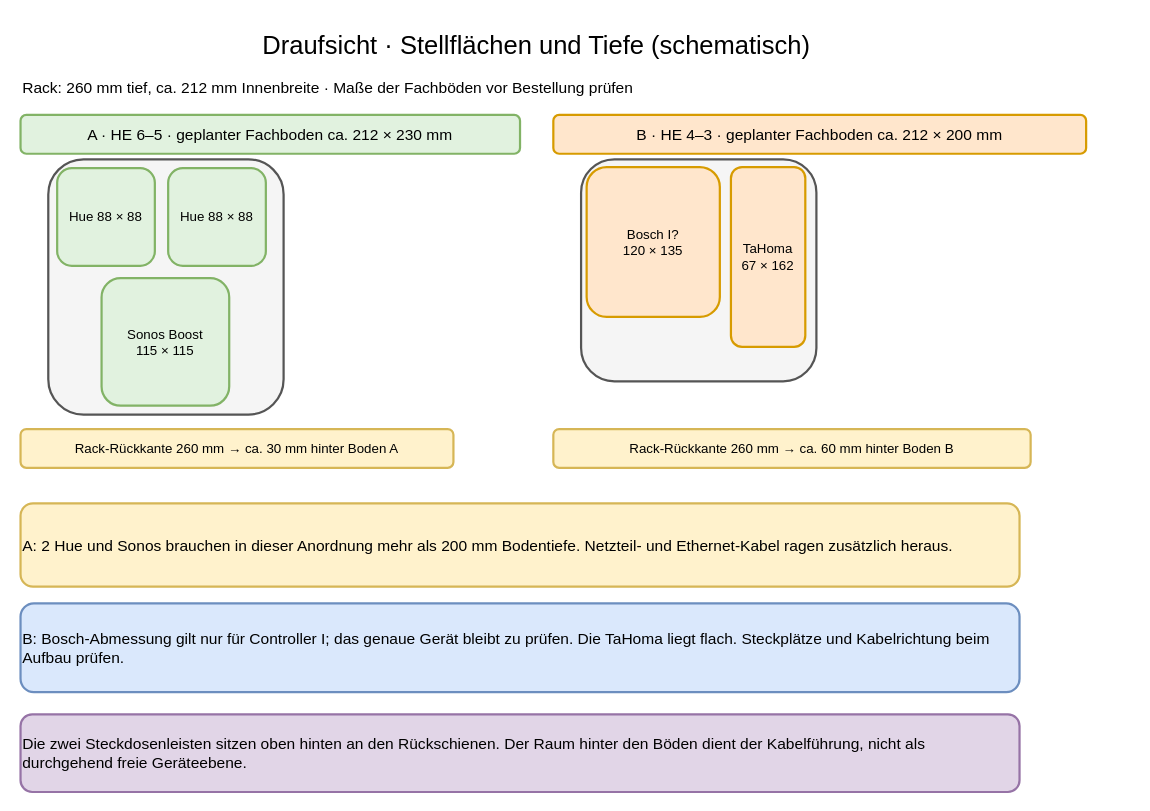
This is page "Fachböden – Draufsicht" (2 of 4) of 10-zoll-rack-planung.drawio from tiptronic/diagrams, a draw.io file, before an edit. Source tidied: cells renumbered, new cells numbered last; positions are measured from the earlier drawing's top-left corner, leaving out a move shared by most shapes. Both pictures are drawn from the tidied source at 111%, with x=0, y=0 at pixel (20, 20).
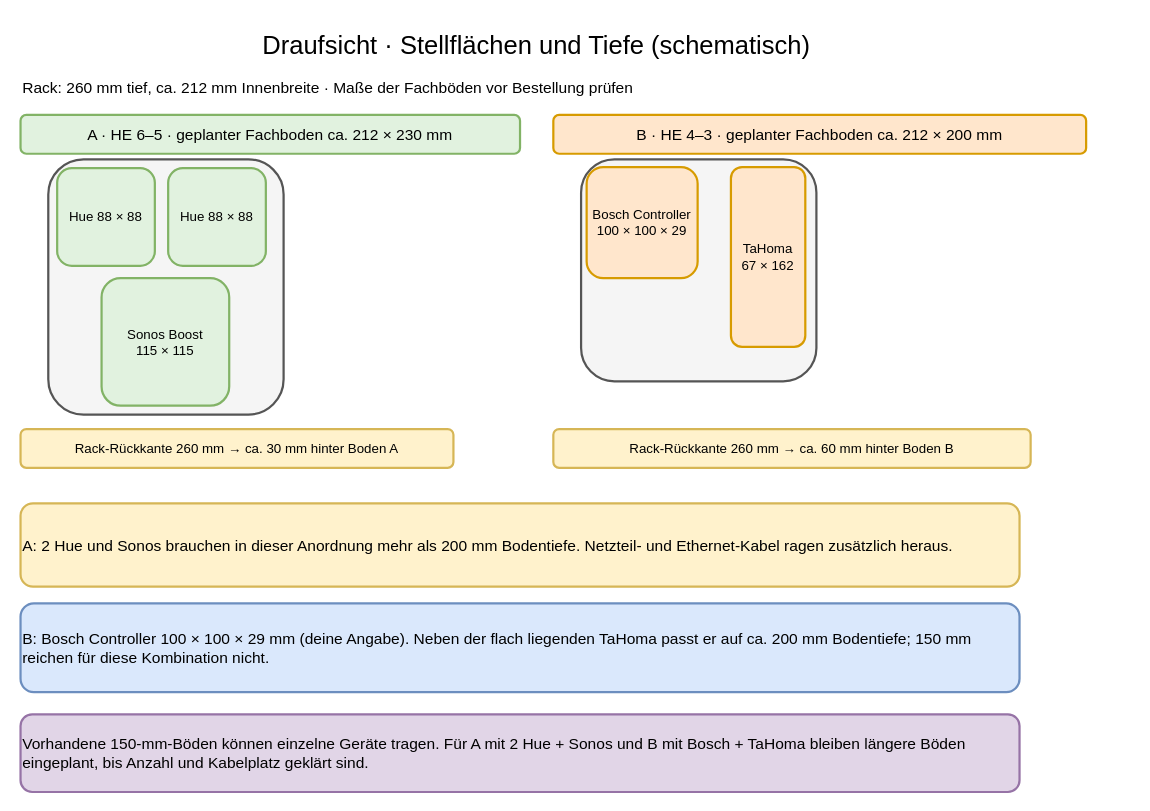
After the change.

Commit message (it also covers changes not shown here):
Correct Bosch controller dimensions in rack plan

Change to the diagram source:
```diff
@@
 <mxGraphModel>
   <root>
     <mxCell id="0" />
     <mxCell id="1" parent="0" />
     <mxCell id="2" value="Draufsicht · Stellflächen und Tiefe (schematisch)" style="rounded=1;whiteSpace=wrap;html=1;align=center;verticalAlign=middle;strokeWidth=2;fontSize=23;fillColor=#ffffff;strokeColor=#ffffff;" parent="1" vertex="1">
       <mxGeometry width="930" height="45" as="geometry" />
     </mxCell>
     <mxCell id="3" value="Rack: 260 mm tief, ca. 212 mm Innenbreite · Maße der Fachböden vor Bestellung prüfen" style="rounded=1;whiteSpace=wrap;html=1;align=left;verticalAlign=middle;strokeWidth=2;fontSize=14;fillColor=#ffffff;strokeColor=#ffffff;" parent="1" vertex="1">
       <mxGeometry y="45" width="1000" height="32" as="geometry" />
     </mxCell>
     <mxCell id="4" value="A · HE 6–5 · geplanter Fachboden ca. 212 × 230 mm" style="rounded=1;whiteSpace=wrap;html=1;align=center;verticalAlign=middle;strokeWidth=2;fontSize=14;fillColor=#e1f2df;strokeColor=#82b366;" parent="1" vertex="1">
       <mxGeometry y="85" width="450" height="35" as="geometry" />
     </mxCell>
     <mxCell id="5" style="rounded=1;whiteSpace=wrap;html=1;align=center;verticalAlign=middle;strokeWidth=2;fontSize=14;fillColor=#f5f5f5;strokeColor=#555555;" parent="1" vertex="1">
       <mxGeometry x="25" y="125" width="212" height="230" as="geometry" />
     </mxCell>
     <mxCell id="6" value="Hue 88 × 88" style="rounded=1;whiteSpace=wrap;html=1;align=center;verticalAlign=middle;strokeWidth=2;fontSize=12;fillColor=#e1f2df;strokeColor=#82b366;" parent="1" vertex="1">
       <mxGeometry x="33" y="133" width="88" height="88" as="geometry" />
     </mxCell>
     <mxCell id="7" value="Hue 88 × 88" style="rounded=1;whiteSpace=wrap;html=1;align=center;verticalAlign=middle;strokeWidth=2;fontSize=12;fillColor=#e1f2df;strokeColor=#82b366;" parent="1" vertex="1">
       <mxGeometry x="133" y="133" width="88" height="88" as="geometry" />
     </mxCell>
     <mxCell id="8" value="Sonos Boost&#10;115 × 115" style="rounded=1;whiteSpace=wrap;html=1;align=center;verticalAlign=middle;strokeWidth=2;fontSize=12;fillColor=#e1f2df;strokeColor=#82b366;" parent="1" vertex="1">
       <mxGeometry x="73" y="232" width="115" height="115" as="geometry" />
     </mxCell>
     <mxCell id="9" value="Rack-Rückkante 260 mm → ca. 30 mm hinter Boden A" style="rounded=1;whiteSpace=wrap;html=1;align=center;verticalAlign=middle;strokeWidth=2;fontSize=12;fillColor=#fff2cc;strokeColor=#d6b656;" parent="1" vertex="1">
       <mxGeometry y="368" width="390" height="35" as="geometry" />
     </mxCell>
     <mxCell id="10" value="B · HE 4–3 · geplanter Fachboden ca. 212 × 200 mm" style="rounded=1;whiteSpace=wrap;html=1;align=center;verticalAlign=middle;strokeWidth=2;fontSize=14;fillColor=#ffe6cc;strokeColor=#d79b00;" parent="1" vertex="1">
       <mxGeometry x="480" y="85" width="480" height="35" as="geometry" />
     </mxCell>
     <mxCell id="11" style="rounded=1;whiteSpace=wrap;html=1;align=center;verticalAlign=middle;strokeWidth=2;fontSize=14;fillColor=#f5f5f5;strokeColor=#555555;" parent="1" vertex="1">
       <mxGeometry x="505" y="125" width="212" height="200" as="geometry" />
     </mxCell>
-    <mxCell id="12" value="Bosch I?&#10;120 × 135" style="rounded=1;whiteSpace=wrap;html=1;align=center;verticalAlign=middle;strokeWidth=2;fontSize=12;fillColor=#ffe6cc;strokeColor=#d79b00;" parent="1" vertex="1">
-      <mxGeometry x="510" y="132" width="120" height="135" as="geometry" />
+    <mxCell id="12" value="Bosch Controller&#10;100 × 100 × 29" style="rounded=1;whiteSpace=wrap;html=1;align=center;verticalAlign=middle;strokeWidth=2;fontSize=12;fillColor=#ffe6cc;strokeColor=#d79b00;" parent="1" vertex="1">
+      <mxGeometry x="510" y="132" width="100" height="100" as="geometry" />
     </mxCell>
     <mxCell id="13" value="TaHoma&#10;67 × 162" style="rounded=1;whiteSpace=wrap;html=1;align=center;verticalAlign=middle;strokeWidth=2;fontSize=12;fillColor=#ffe6cc;strokeColor=#d79b00;" parent="1" vertex="1">
       <mxGeometry x="640" y="132" width="67" height="162" as="geometry" />
     </mxCell>
     <mxCell id="14" value="Rack-Rückkante 260 mm → ca. 60 mm hinter Boden B" style="rounded=1;whiteSpace=wrap;html=1;align=center;verticalAlign=middle;strokeWidth=2;fontSize=12;fillColor=#fff2cc;strokeColor=#d6b656;" parent="1" vertex="1">
       <mxGeometry x="480" y="368" width="430" height="35" as="geometry" />
     </mxCell>
     <mxCell id="15" value="A: 2 Hue und Sonos brauchen in dieser Anordnung mehr als 200 mm Bodentiefe. Netzteil- und Ethernet-Kabel ragen zusätzlich heraus." style="rounded=1;whiteSpace=wrap;html=1;align=left;verticalAlign=middle;strokeWidth=2;fontSize=14;fillColor=#fff2cc;strokeColor=#d6b656;" parent="1" vertex="1">
       <mxGeometry y="435" width="900" height="75" as="geometry" />
     </mxCell>
-    <mxCell id="16" value="B: Bosch-Abmessung gilt nur für Controller I; das genaue Gerät bleibt zu prüfen. Die TaHoma liegt flach. Steckplätze und Kabelrichtung beim Aufbau prüfen." style="rounded=1;whiteSpace=wrap;html=1;align=left;verticalAlign=middle;strokeWidth=2;fontSize=14;fillColor=#dae8fc;strokeColor=#6c8ebf;" parent="1" vertex="1">
+    <mxCell id="16" value="B: Bosch Controller 100 × 100 × 29 mm (deine Angabe). Neben der flach liegenden TaHoma passt er auf ca. 200 mm Bodentiefe; 150 mm reichen für diese Kombination nicht." style="rounded=1;whiteSpace=wrap;html=1;align=left;verticalAlign=middle;strokeWidth=2;fontSize=14;fillColor=#dae8fc;strokeColor=#6c8ebf;" parent="1" vertex="1">
       <mxGeometry y="525" width="900" height="80" as="geometry" />
     </mxCell>
-    <mxCell id="17" value="Die zwei Steckdosenleisten sitzen oben hinten an den Rückschienen. Der Raum hinter den Böden dient der Kabelführung, nicht als durchgehend freie Geräteebene." style="rounded=1;whiteSpace=wrap;html=1;align=left;verticalAlign=middle;strokeWidth=2;fontSize=14;fillColor=#e1d5e7;strokeColor=#9673a6;" parent="1" vertex="1">
+    <mxCell id="17" value="Vorhandene 150-mm-Böden können einzelne Geräte tragen. Für A mit 2 Hue + Sonos und B mit Bosch + TaHoma bleiben längere Böden eingeplant, bis Anzahl und Kabelplatz geklärt sind." style="rounded=1;whiteSpace=wrap;html=1;align=left;verticalAlign=middle;strokeWidth=2;fontSize=14;fillColor=#e1d5e7;strokeColor=#9673a6;" parent="1" vertex="1">
       <mxGeometry y="625" width="900" height="70" as="geometry" />
     </mxCell>
   </root>
 </mxGraphModel>
```
